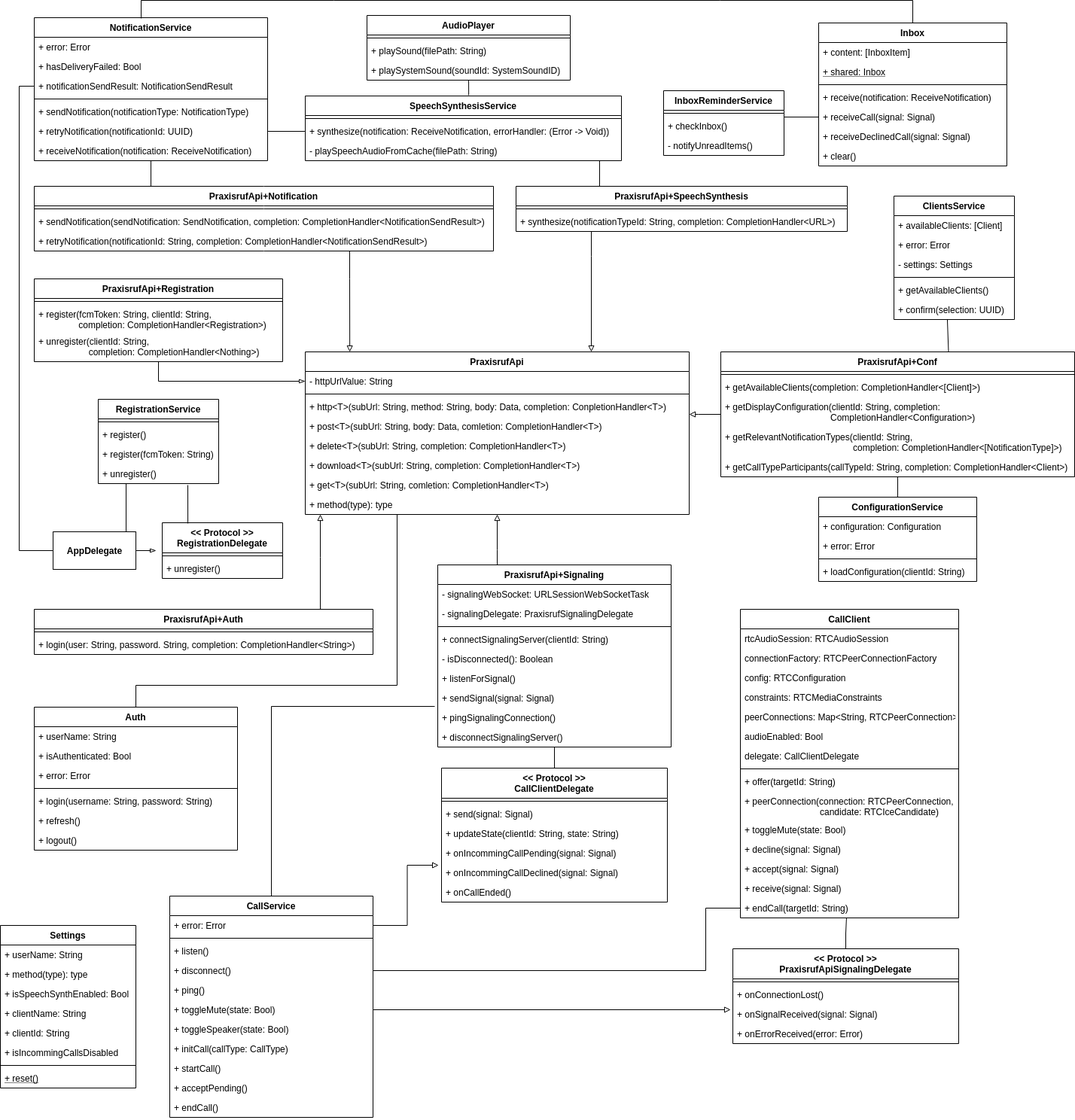
jsvilling/IP6_Bachelorarbeit_Bericht_Cloudbasiertes_Praxisrufsystem keeps this draw.io diagram as src/graphics/diagramms/Class_Mobile_Client_Draft_V02.png. Above is the earlier version. Source tidied: cells renumbered, new cells last; positions are measured from the earlier drawing's top-left corner, leaving out a move shared by most shapes.
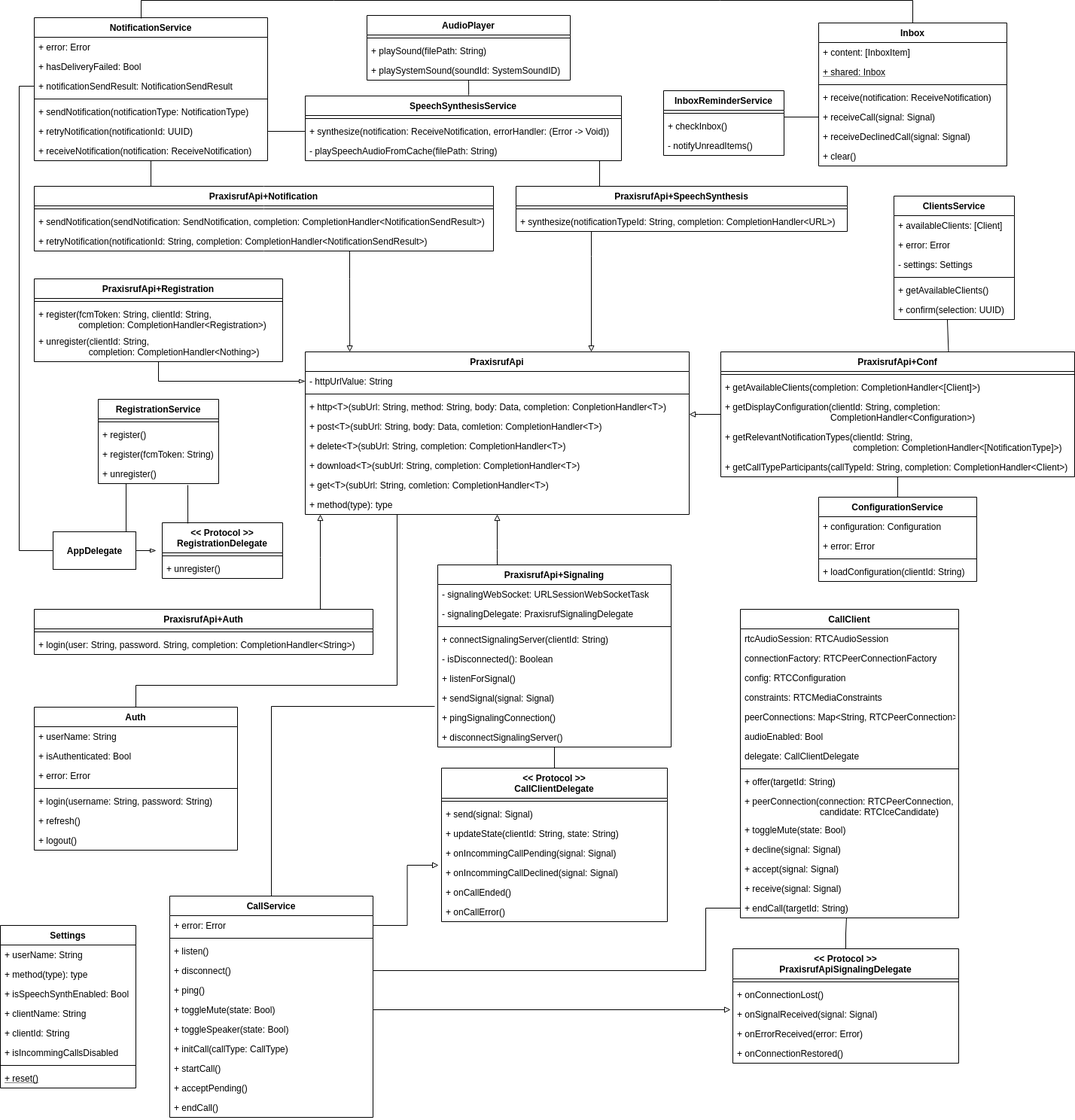
The same diagram one commit later.

Commit message:
Fix Polly Class Diag

The edit, as a diff of the source:
```diff
@@ -3,7 +3,7 @@
     <mxCell id="0" />
     <mxCell id="1" parent="0" />
     <mxCell id="2" value="&lt;&lt; Protocol &gt;&gt;&#10;CallClientDelegate" style="swimlane;fontStyle=1;align=center;verticalAlign=top;horizontal=1;startSize=40;" parent="1" vertex="1">
-      <mxGeometry x="586" y="1020" width="300" height="178" as="geometry" />
+      <mxGeometry x="586" y="1020" width="300" height="204" as="geometry" />
     </mxCell>
     <mxCell id="3" style="line;strokeWidth=1;fillColor=none;align=left;verticalAlign=middle;spacingTop=-1;spacingLeft=3;spacingRight=3;labelPosition=right;" parent="2" vertex="1">
       <mxGeometry y="40" width="300" height="8" as="geometry" />
@@ -23,11 +23,14 @@
     <mxCell id="8" value="+ onCallEnded()" style="text;strokeColor=none;fillColor=none;align=left;verticalAlign=top;spacingLeft=4;spacingRight=4;overflow=hidden;" parent="2" vertex="1">
       <mxGeometry y="152" width="300" height="26" as="geometry" />
     </mxCell>
+    <mxCell id="172" value="+ onCallError()" style="text;strokeColor=none;fillColor=none;align=left;verticalAlign=top;spacingLeft=4;spacingRight=4;overflow=hidden;" parent="2" vertex="1">
+      <mxGeometry y="178" width="300" height="26" as="geometry" />
+    </mxCell>
     <mxCell id="9" style="edgeStyle=orthogonalEdgeStyle;rounded=0;jettySize=auto;html=1;entryX=0.486;entryY=1;entryDx=0;entryDy=0;entryPerimeter=0;startArrow=none;startFill=0;endArrow=none;endFill=0;" parent="1" edge="1" source="10" target="43">
       <mxGeometry relative="1" as="geometry" />
     </mxCell>
     <mxCell id="10" value="&lt;&lt; Protocol &gt;&gt;&#10;PraxisrufApiSignalingDelegate" style="swimlane;fontStyle=1;align=center;verticalAlign=top;horizontal=1;startSize=40;" parent="1" vertex="1">
-      <mxGeometry x="973" y="1260" width="300" height="126" as="geometry" />
+      <mxGeometry x="973" y="1260" width="300" height="152" as="geometry" />
     </mxCell>
     <mxCell id="11" style="line;strokeWidth=1;fillColor=none;align=left;verticalAlign=middle;spacingTop=-1;spacingLeft=3;spacingRight=3;labelPosition=right;" parent="10" vertex="1">
       <mxGeometry y="40" width="300" height="8" as="geometry" />
@@ -41,6 +44,9 @@
     <mxCell id="14" value="+ onErrorReceived(error: Error)" style="text;strokeColor=none;fillColor=none;align=left;verticalAlign=top;spacingLeft=4;spacingRight=4;overflow=hidden;" parent="10" vertex="1">
       <mxGeometry y="100" width="300" height="26" as="geometry" />
     </mxCell>
+    <mxCell id="173" value="+ onConnectionRestored()" style="text;strokeColor=none;fillColor=none;align=left;verticalAlign=top;spacingLeft=4;spacingRight=4;overflow=hidden;" parent="10" vertex="1">
+      <mxGeometry y="126" width="300" height="26" as="geometry" />
+    </mxCell>
     <mxCell id="15" style="edgeStyle=orthogonalEdgeStyle;rounded=0;jettySize=auto;html=1;entryX=-0.013;entryY=0.923;entryDx=0;entryDy=0;entryPerimeter=0;startArrow=none;startFill=0;endArrow=none;endFill=0;" parent="1" edge="1" source="16" target="53">
       <mxGeometry relative="1" as="geometry" />
     </mxCell>
```
